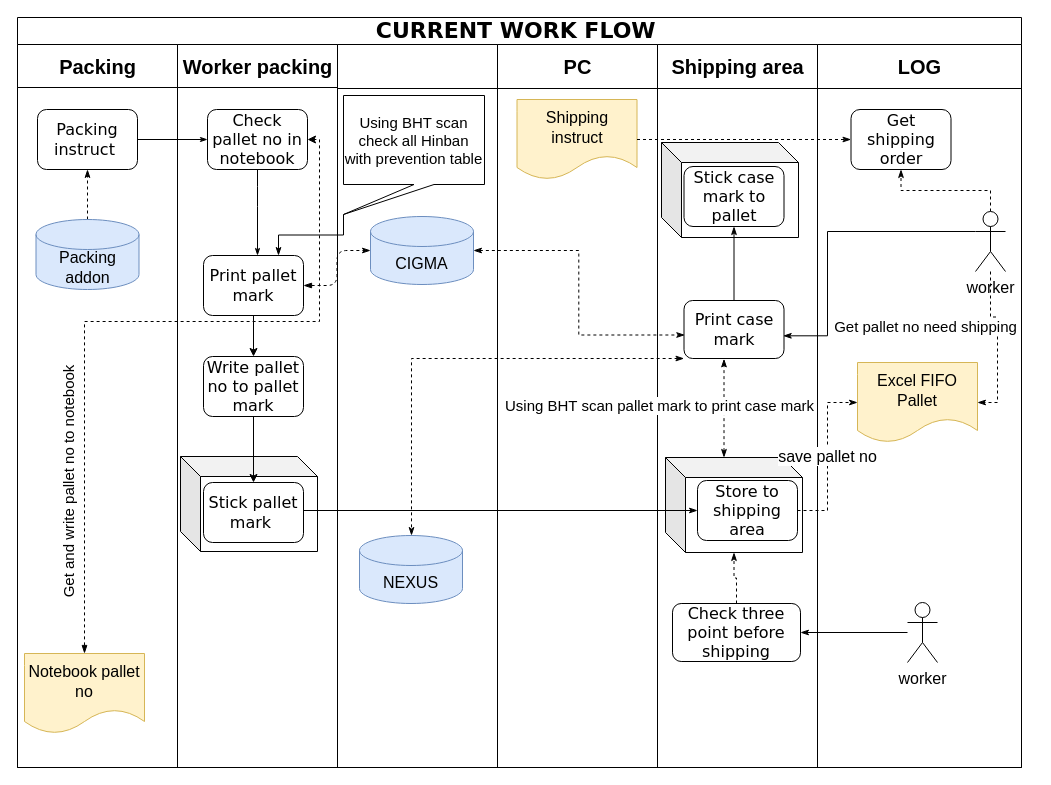
Before: page "Current" (1 of 2) of work flow current fifo.drawio in dreegoo/hellotoken, a draw.io diagram. Source tidied: cells renumbered, new cells numbered last; positions are measured from the earlier drawing's top-left corner, leaving out a move shared by most shapes. Both pictures are drawn from the tidied source at 100%, with x=0, y=0 at pixel (17, 17).
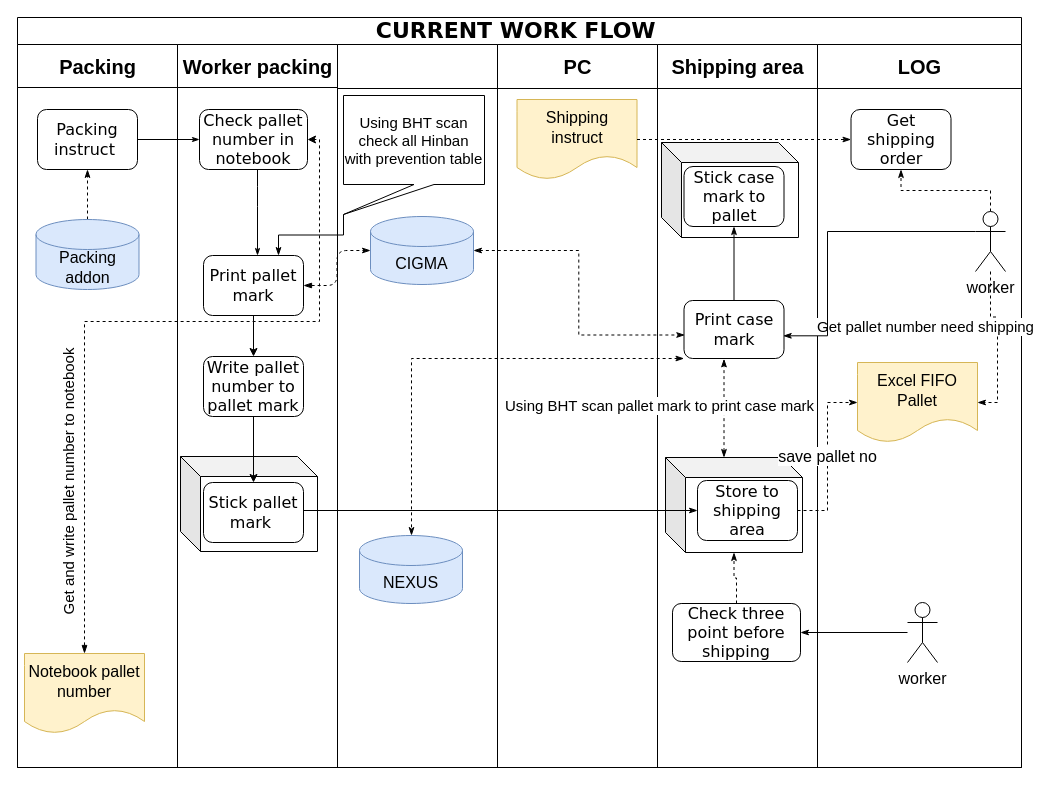
Above is the later version.

The change refers to these unchanged cells:
```xml
<mxCell id="3" value="Packing" style="swimlane;html=1;startSize=43;fontSize=20;align=center;" parent="2" vertex="1">
  <mxGeometry y="27" width="160" height="723" as="geometry" />
</mxCell>
<mxCell id="10" value="Worker packing" style="swimlane;html=1;startSize=43;fontSize=20;" parent="2" vertex="1">
  <mxGeometry x="160" y="27" width="160" height="723" as="geometry" />
</mxCell>
<mxCell id="39" style="edgeStyle=orthogonalEdgeStyle;rounded=0;jettySize=auto;html=1;entryX=1;entryY=0.5;entryDx=0;entryDy=0;dashed=1;startArrow=none;startFill=0;endArrow=classicThin;endFill=1;fontSize=16;" parent="35" edge="1" source="41" target="37">
  <mxGeometry relative="1" as="geometry" />
</mxCell>
<mxCell id="43" style="edgeStyle=orthogonalEdgeStyle;rounded=0;jettySize=auto;html=1;entryX=1;entryY=0.5;entryDx=0;entryDy=0;fontSize=16;startArrow=blockThin;startFill=1;dashed=1;" parent="2" edge="1" source="7" target="12">
  <mxGeometry relative="1" as="geometry">
    <Array as="points">
      <mxPoint x="67" y="304" />
      <mxPoint x="302" y="304" />
      <mxPoint x="302" y="122" />
    </Array>
  </mxGeometry>
</mxCell>
```

The edit, as a diff of the source:
```diff
@@
-    <mxCell id="7" value="Notebook pallet no" style="shape=document;whiteSpace=wrap;html=1;boundedLbl=1;fontSize=16;align=center;fillColor=#fff2cc;strokeColor=#d6b656;" parent="3" vertex="1">
+    <mxCell id="7" value="Notebook pallet number" style="shape=document;whiteSpace=wrap;html=1;boundedLbl=1;fontSize=16;align=center;fillColor=#fff2cc;strokeColor=#d6b656;" parent="3" vertex="1">
       <mxGeometry x="7" y="609" width="120" height="80" as="geometry" />
     </mxCell>
@@
-    <mxCell id="12" value="Check pallet no in notebook" style="rounded=1;whiteSpace=wrap;html=1;shadow=0;labelBackgroundColor=none;strokeWidth=1;fontFamily=Verdana;fontSize=16;align=center;fontStyle=0;" parent="10" vertex="1">
-      <mxGeometry x="30" y="65" width="100" height="60" as="geometry" />
+    <mxCell id="12" value="Check pallet number in notebook" style="rounded=1;whiteSpace=wrap;html=1;shadow=0;labelBackgroundColor=none;strokeWidth=1;fontFamily=Verdana;fontSize=16;align=center;fontStyle=0;" parent="10" vertex="1">
+      <mxGeometry x="22" y="65" width="108" height="60" as="geometry" />
     </mxCell>
@@
-    <mxCell id="17" value="Write pallet no to pallet mark" style="rounded=1;whiteSpace=wrap;html=1;shadow=0;labelBackgroundColor=none;strokeWidth=1;fontFamily=Verdana;fontSize=16;align=center;" parent="10" vertex="1">
+    <mxCell id="17" value="Write pallet number to pallet mark" style="rounded=1;whiteSpace=wrap;html=1;shadow=0;labelBackgroundColor=none;strokeWidth=1;fontFamily=Verdana;fontSize=16;align=center;" parent="10" vertex="1">
       <mxGeometry x="26" y="312" width="100" height="60" as="geometry" />
     </mxCell>
@@
-    <mxCell id="40" value="Get pallet no need shipping" style="edgeLabel;html=1;align=center;verticalAlign=middle;fontSize=15;" parent="39" vertex="1">
+    <mxCell id="40" value="Get pallet number need shipping" style="edgeLabel;html=1;align=center;verticalAlign=middle;fontSize=15;" parent="39" vertex="1">
       <mxGeometry x="-0.34" relative="1" as="geometry">
         <mxPoint x="-72.3" y="8.5" as="offset" />
       </mxGeometry>
     </mxCell>
@@
-    <mxCell id="44" value="Get and write pallet no to notebook" style="edgeLabel;html=1;align=center;verticalAlign=middle;fontSize=15;horizontal=0;" parent="43" vertex="1">
+    <mxCell id="44" value="Get and write pallet number to notebook" style="edgeLabel;html=1;align=center;verticalAlign=middle;fontSize=15;horizontal=0;" parent="43" vertex="1">
       <mxGeometry x="0.02" y="-1" relative="1" as="geometry">
         <mxPoint x="-73.5" y="160" as="offset" />
       </mxGeometry>
     </mxCell>
```
